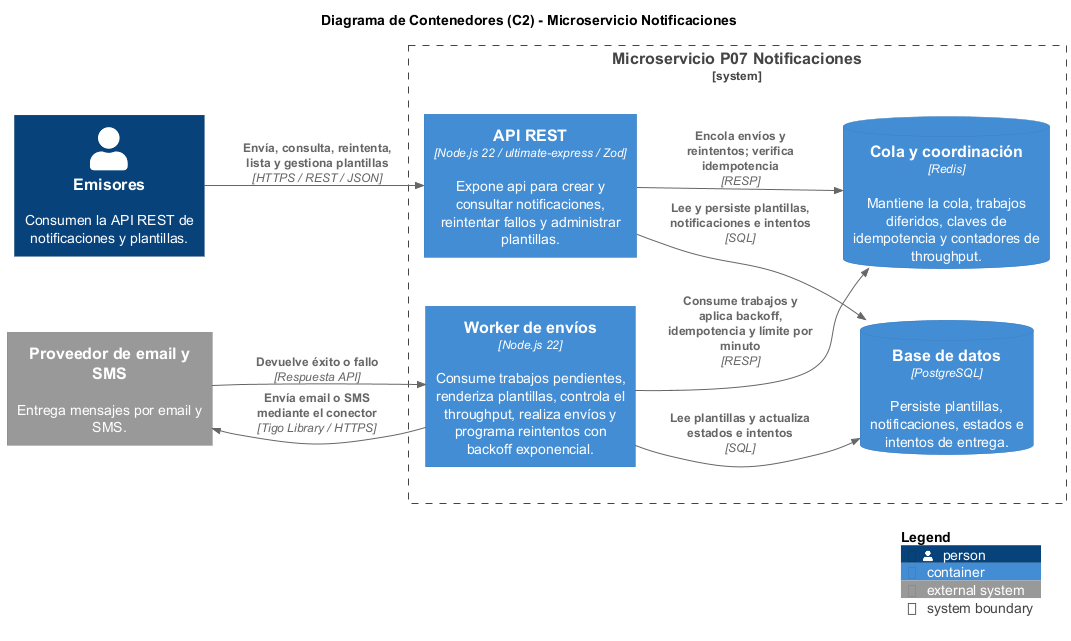
This is notificaciones-architecture/diagrams/C4/contenedores/notificaciones-02-contenedores.png from Frosmin/tigoBootcamp, a PlantUML export, as it was before one commit.
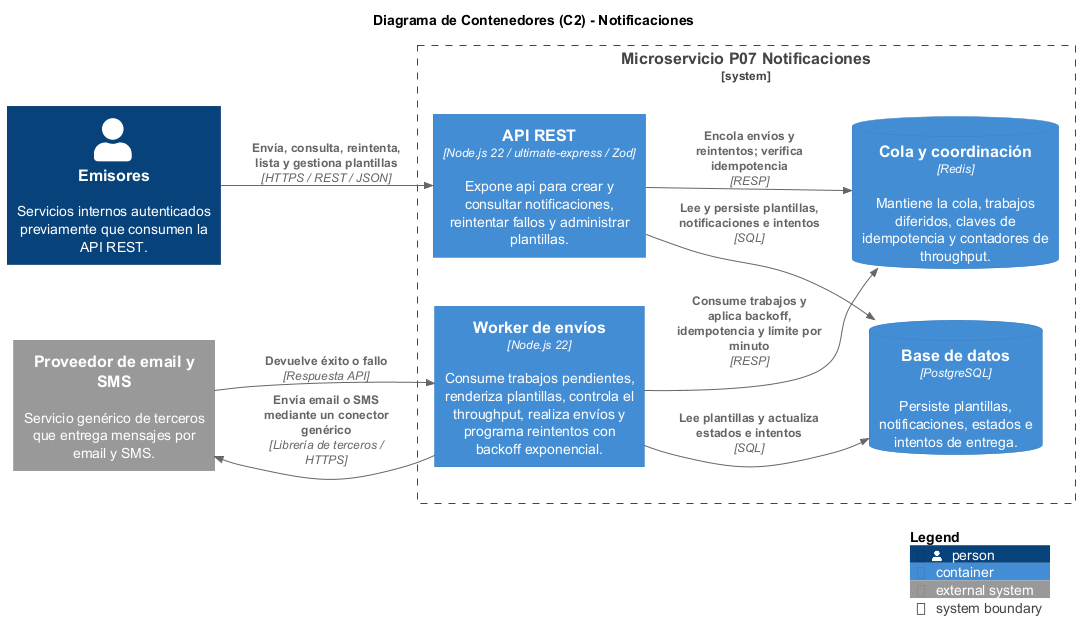
After the commit.

Change to the diagram source:
```diff
@@ -4,10 +4,10 @@
 
 LAYOUT_LEFT_RIGHT()
 
-title Diagrama de Contenedores (C2) - Microservicio Notificaciones
+title Diagrama de Contenedores (C2) - Notificaciones
 
-Person(emisores, "Emisores", "Consumen la API REST de notificaciones y plantillas.")
-System_Ext(proveedor, "Proveedor de email y SMS", "Entrega mensajes por email y SMS.")
+Person(emisores, "Emisores", "Servicios internos autenticados previamente que consumen la API REST.")
+System_Ext(proveedor, "Proveedor de email y SMS", "Servicio genérico de terceros que entrega mensajes por email y SMS.")
 
 System_Boundary(p07, "Microservicio P07 Notificaciones") {
     Container(api, "API REST", "Node.js 22 / ultimate-express / Zod", "Expone api para crear y consultar notificaciones, reintentar fallos y administrar plantillas.")
@@ -22,7 +22,7 @@
 
 Rel(worker, redis, "Consume trabajos y aplica backoff, idempotencia y límite por minuto", "RESP")
 Rel(worker, db, "Lee plantillas y actualiza estados e intentos", "SQL")
-Rel(worker, proveedor, "Envía email o SMS mediante el conector", "Tigo Library / HTTPS")
+Rel(worker, proveedor, "Envía email o SMS mediante un conector genérico", "Librería de terceros / HTTPS")
 Rel(proveedor, worker, "Devuelve éxito o fallo", "Respuesta API")
 
 SHOW_LEGEND()
```
